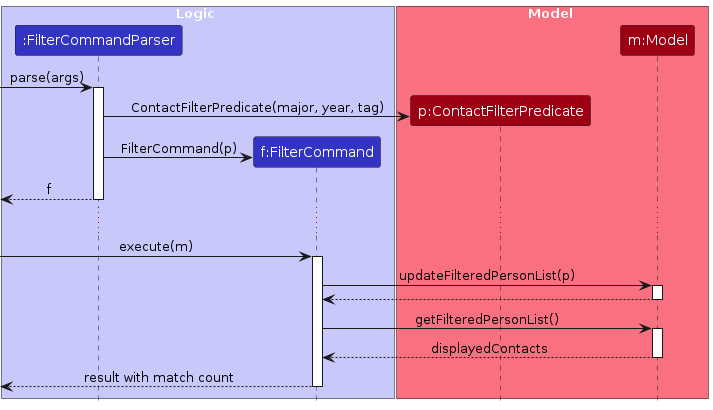
Before: diagrams/FilterSequenceDiagram.png, a diagram exported from PlantUML (AY2627S1-CS2103T-F15-3/tp). Its source is kept beside it as diagrams/FilterSequenceDiagram.puml.
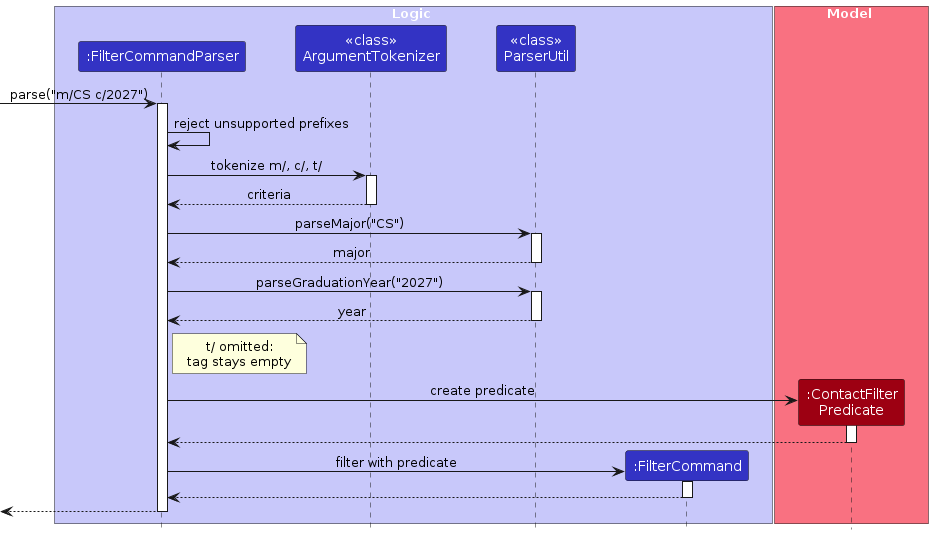
Above is the later version.

Change to the diagram source:
```diff
@@ -4,35 +4,52 @@
 
 box Logic LOGIC_COLOR_T1
 participant ":FilterCommandParser" as Parser LOGIC_COLOR
-participant "f:FilterCommand" as Command LOGIC_COLOR
+participant "<<class>>\nArgumentTokenizer" as Tokenizer LOGIC_COLOR
+participant "<<class>>\nParserUtil" as ParserUtil LOGIC_COLOR
+participant ":FilterCommand" as Command LOGIC_COLOR
 end box
 
 box Model MODEL_COLOR_T1
-participant "p:ContactFilterPredicate" as Predicate MODEL_COLOR
-participant "m:Model" as Model MODEL_COLOR
+participant ":ContactFilter\nPredicate" as Predicate MODEL_COLOR
 end box
 
-[-> Parser : parse(args)
+[-> Parser : parse("m/CS c/2027")
 activate Parser
+
+Parser -> Parser : reject unsupported prefixes
+
+Parser -> Tokenizer : tokenize m/, c/, t/
+activate Tokenizer
+Tokenizer --> Parser : criteria
+deactivate Tokenizer
+
+Parser -> ParserUtil : parseMajor("CS")
+activate ParserUtil
+ParserUtil --> Parser : major
+deactivate ParserUtil
+
+Parser -> ParserUtil : parseGraduationYear("2027")
+activate ParserUtil
+ParserUtil --> Parser : year
+deactivate ParserUtil
+
+note right of Parser
+  t/ omitted:
+  tag stays empty
+end note
+
 create Predicate
-Parser -> Predicate : ContactFilterPredicate(major, year, tag)
+Parser -> Predicate : create predicate
+activate Predicate
+Predicate --> Parser
+deactivate Predicate
+
 create Command
-Parser -> Command : FilterCommand(p)
-[<-- Parser : f
+Parser -> Command : filter with predicate
+activate Command
+Command --> Parser
+deactivate Command
+
+[<-- Parser
 deactivate Parser
-
-...
-
-[-> Command : execute(m)
-activate Command
-Command -> Model : updateFilteredPersonList(p)
-activate Model
-Model --> Command
-deactivate Model
-Command -> Model : getFilteredPersonList()
-activate Model
-Model --> Command : displayedContacts
-deactivate Model
-[<-- Command : result with match count
-deactivate Command
 @enduml
```
